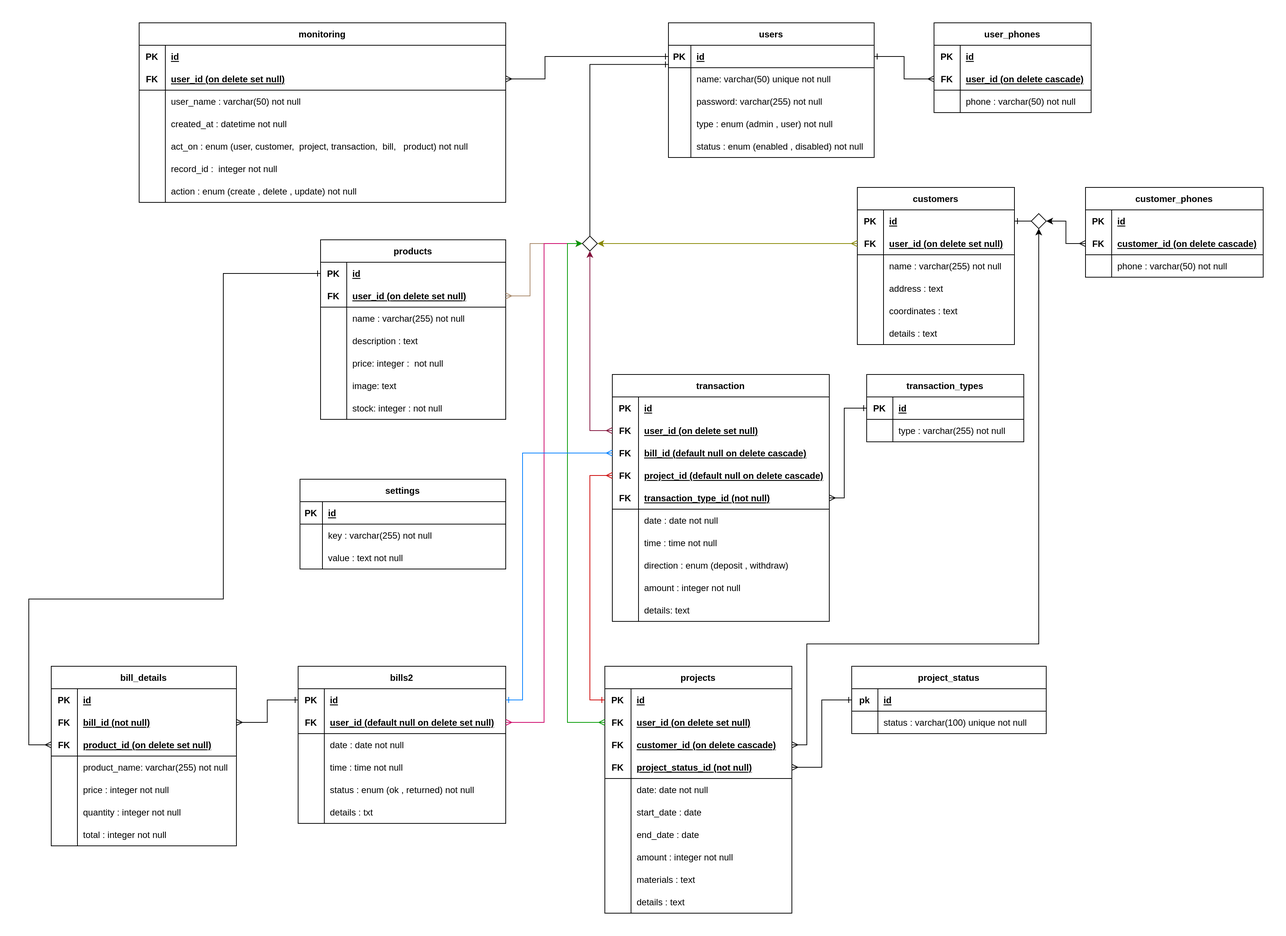
khaledfathi/ModernHouse keeps this draw.io diagram as Diagrams/drawio/Schema.png. Above is the earlier version. Source tidied: cells renumbered, new cells last; positions are measured from the earlier drawing's top-left corner, leaving out a move shared by most shapes.
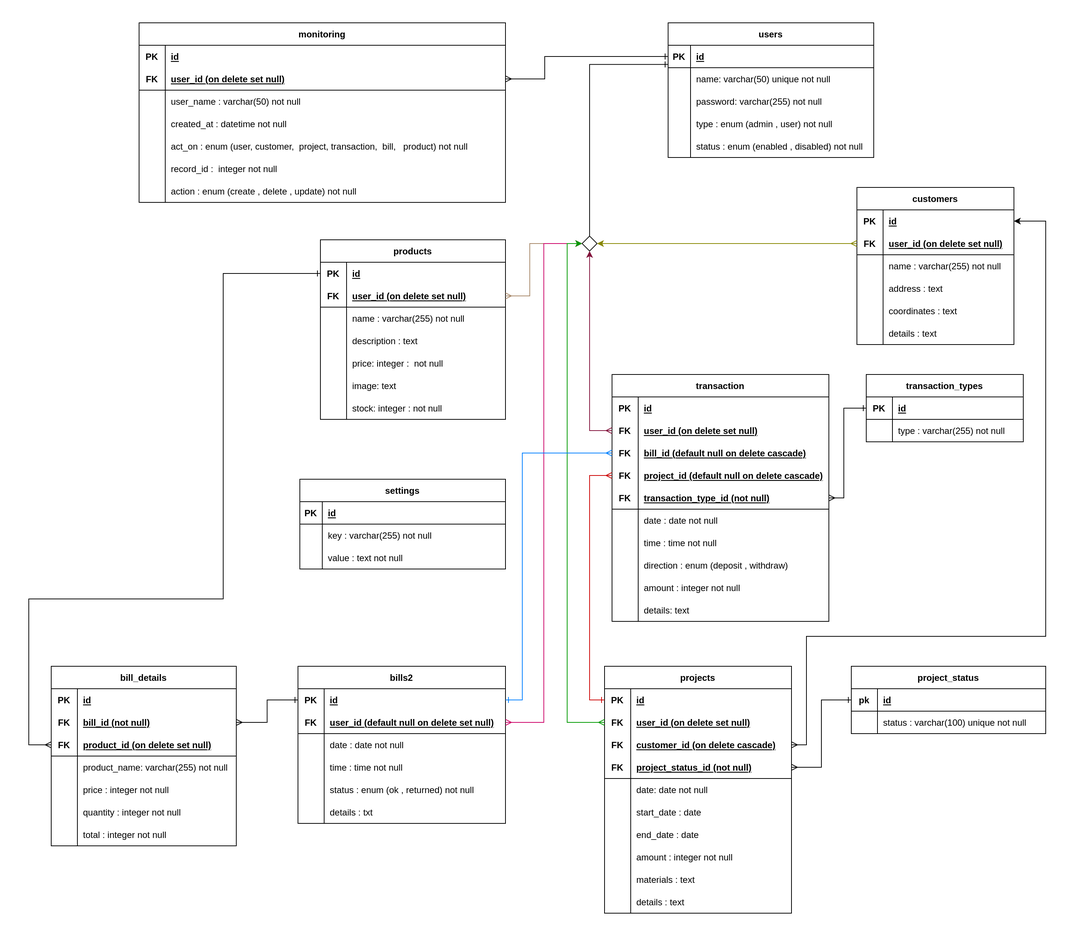
After the commit.

Change to the diagram source:
```diff
@@ -506,36 +506,6 @@
     <mxCell id="169" value="details : text" style="shape=partialRectangle;fillColor=none;top=0;left=0;bottom=0;right=0;align=left;spacingLeft=6;overflow=hidden;" parent="167" vertex="1">
       <mxGeometry x="35" width="175" height="30" as="geometry" />
     </mxCell>
-    <mxCell id="170" value="customer_phones" style="shape=table;startSize=30;rowLines=0;fontStyle=1;align=center;" parent="1" vertex="1">
-      <mxGeometry x="1412.5" y="220" width="237.5" height="120" as="geometry" />
-    </mxCell>
-    <mxCell id="171" style="shape=tableRow;horizontal=0;startSize=0;swimlaneHead=0;swimlaneBody=0;fillColor=none;top=0;left=0;right=0;bottom=0;" parent="170" vertex="1">
-      <mxGeometry y="30" width="237.5" height="30" as="geometry" />
-    </mxCell>
-    <mxCell id="172" value="PK" style="shape=partialRectangle;fillColor=none;top=0;left=0;bottom=0;right=0;fontStyle=1;overflow=hidden;" parent="171" vertex="1">
-      <mxGeometry width="35" height="30" as="geometry" />
-    </mxCell>
-    <mxCell id="173" value="id" style="shape=partialRectangle;fillColor=none;top=0;left=0;bottom=0;right=0;align=left;spacingLeft=6;fontStyle=5;overflow=hidden;" parent="171" vertex="1">
-      <mxGeometry x="35" width="202.5" height="30" as="geometry" />
-    </mxCell>
-    <mxCell id="174" style="shape=tableRow;horizontal=0;startSize=0;swimlaneHead=0;swimlaneBody=0;fillColor=none;points=[[0,0.5],[1,0.5]];portConstraint=eastwest;top=0;left=0;right=0;bottom=1;" parent="170" vertex="1">
-      <mxGeometry y="60" width="237.5" height="30" as="geometry" />
-    </mxCell>
-    <mxCell id="175" value="FK" style="shape=partialRectangle;fillColor=none;top=0;left=0;bottom=0;right=0;fontStyle=1;overflow=hidden;" parent="174" vertex="1">
-      <mxGeometry width="35" height="30" as="geometry" />
-    </mxCell>
-    <mxCell id="176" value="customer_id (on delete cascade)" style="shape=partialRectangle;fillColor=none;top=0;left=0;bottom=0;right=0;align=left;spacingLeft=6;fontStyle=5;overflow=hidden;" parent="174" vertex="1">
-      <mxGeometry x="35" width="202.5" height="30" as="geometry" />
-    </mxCell>
-    <mxCell id="177" style="shape=tableRow;horizontal=0;startSize=0;swimlaneHead=0;swimlaneBody=0;fillColor=none;top=0;left=0;right=0;bottom=0;" parent="170" vertex="1">
-      <mxGeometry y="90" width="237.5" height="30" as="geometry" />
-    </mxCell>
-    <mxCell id="178" style="shape=partialRectangle;fillColor=none;top=0;left=0;bottom=0;right=0;overflow=hidden;" parent="177" vertex="1">
-      <mxGeometry width="35" height="30" as="geometry" />
-    </mxCell>
-    <mxCell id="179" value="phone : varchar(50) not null" style="shape=partialRectangle;fillColor=none;top=0;left=0;bottom=0;right=0;align=left;spacingLeft=6;overflow=hidden;" parent="177" vertex="1">
-      <mxGeometry x="35" width="202.5" height="30" as="geometry" />
-    </mxCell>
     <mxCell id="180" value="users" style="shape=table;startSize=30;rowLines=0;fontStyle=1;align=center;" parent="1" vertex="1">
       <mxGeometry x="855" width="275" height="180" as="geometry" />
     </mxCell>
@@ -584,39 +554,6 @@
     <mxCell id="195" value="status : enum (enabled , disabled) not null" style="shape=partialRectangle;fillColor=none;top=0;left=0;bottom=0;right=0;align=left;spacingLeft=6;overflow=hidden;" parent="193" vertex="1">
       <mxGeometry x="30" width="245" height="30" as="geometry" />
     </mxCell>
-    <mxCell id="196" value="user_phones" style="shape=table;startSize=30;rowLines=0;fontStyle=1;align=center;" parent="1" vertex="1">
-      <mxGeometry x="1210" width="210" height="120" as="geometry" />
-    </mxCell>
-    <mxCell id="197" style="shape=tableRow;horizontal=0;startSize=0;swimlaneHead=0;swimlaneBody=0;fillColor=none;top=0;left=0;right=0;bottom=0;" parent="196" vertex="1">
-      <mxGeometry y="30" width="210" height="30" as="geometry" />
-    </mxCell>
-    <mxCell id="198" value="PK" style="shape=partialRectangle;fillColor=none;top=0;left=0;bottom=0;right=0;fontStyle=1;overflow=hidden;" parent="197" vertex="1">
-      <mxGeometry width="35" height="30" as="geometry" />
-    </mxCell>
-    <mxCell id="199" value="id" style="shape=partialRectangle;fillColor=none;top=0;left=0;bottom=0;right=0;align=left;spacingLeft=6;fontStyle=5;overflow=hidden;" parent="197" vertex="1">
-      <mxGeometry x="35" width="175" height="30" as="geometry" />
-    </mxCell>
-    <mxCell id="200" style="shape=tableRow;horizontal=0;startSize=0;swimlaneHead=0;swimlaneBody=0;fillColor=none;points=[[0,0.5],[1,0.5]];portConstraint=eastwest;top=0;left=0;right=0;bottom=1;" parent="196" vertex="1">
-      <mxGeometry y="60" width="210" height="30" as="geometry" />
-    </mxCell>
-    <mxCell id="201" value="FK" style="shape=partialRectangle;fillColor=none;top=0;left=0;bottom=0;right=0;fontStyle=1;overflow=hidden;" parent="200" vertex="1">
-      <mxGeometry width="35" height="30" as="geometry" />
-    </mxCell>
-    <mxCell id="202" value="user_id (on delete cascade)" style="shape=partialRectangle;fillColor=none;top=0;left=0;bottom=0;right=0;align=left;spacingLeft=6;fontStyle=5;overflow=hidden;" parent="200" vertex="1">
-      <mxGeometry x="35" width="175" height="30" as="geometry" />
-    </mxCell>
-    <mxCell id="203" style="shape=tableRow;horizontal=0;startSize=0;swimlaneHead=0;swimlaneBody=0;fillColor=none;top=0;left=0;right=0;bottom=0;" parent="196" vertex="1">
-      <mxGeometry y="90" width="210" height="30" as="geometry" />
-    </mxCell>
-    <mxCell id="204" style="shape=partialRectangle;fillColor=none;top=0;left=0;bottom=0;right=0;overflow=hidden;" parent="203" vertex="1">
-      <mxGeometry width="35" height="30" as="geometry" />
-    </mxCell>
-    <mxCell id="205" value="phone : varchar(50) not null" style="shape=partialRectangle;fillColor=none;top=0;left=0;bottom=0;right=0;align=left;spacingLeft=6;overflow=hidden;" parent="203" vertex="1">
-      <mxGeometry x="35" width="175" height="30" as="geometry" />
-    </mxCell>
-    <mxCell id="206" style="edgeStyle=orthogonalEdgeStyle;rounded=0;jettySize=auto;html=1;entryX=1;entryY=0.5;entryDx=0;entryDy=0;startArrow=ERmany;startFill=0;endArrow=ERone;endFill=0;exitX=0;exitY=0.5;exitDx=0;exitDy=0;" parent="1" edge="1" source="200" target="181">
-      <mxGeometry relative="1" as="geometry" />
-    </mxCell>
     <mxCell id="207" value="monitoring" style="shape=table;startSize=30;rowLines=0;fontStyle=1;align=center;" parent="1" vertex="1">
       <mxGeometry x="147.5" width="490" height="240" as="geometry" />
     </mxCell>
@@ -747,24 +684,16 @@
     <mxCell id="241" style="edgeStyle=orthogonalEdgeStyle;rounded=0;jettySize=auto;html=1;entryX=0;entryY=0.5;entryDx=0;entryDy=0;startArrow=ERmany;startFill=0;endArrow=ERone;endFill=0;exitX=1;exitY=0.5;exitDx=0;exitDy=0;" parent="1" edge="1" source="123" target="145">
       <mxGeometry relative="1" as="geometry" />
     </mxCell>
-    <mxCell id="242" style="edgeStyle=orthogonalEdgeStyle;rounded=0;jettySize=auto;html=1;entryX=0.5;entryY=1;entryDx=0;entryDy=0;strokeColor=#000000;startArrow=ERmany;startFill=0;endArrow=classic;endFill=1;" parent="1" edge="1" source="120" target="243">
+    <mxCell id="242" style="edgeStyle=orthogonalEdgeStyle;rounded=0;jettySize=auto;html=1;strokeColor=#000000;startArrow=ERmany;startFill=0;endArrow=classic;endFill=1;entryX=1;entryY=0.5;entryDx=0;entryDy=0;" parent="1" edge="1" source="120" target="152">
       <mxGeometry relative="1" as="geometry">
         <Array as="points">
           <mxPoint x="1040" y="965" />
-          <mxPoint x="1040" y="830" />
-          <mxPoint x="1350" y="830" />
+          <mxPoint x="1040" y="820" />
+          <mxPoint x="1360" y="820" />
+          <mxPoint x="1360" y="265" />
         </Array>
       </mxGeometry>
     </mxCell>
-    <mxCell id="243" style="rhombus;whiteSpace=wrap;html=1;" parent="1" vertex="1">
-      <mxGeometry x="1340" y="255" width="20" height="20" as="geometry" />
-    </mxCell>
-    <mxCell id="244" style="edgeStyle=orthogonalEdgeStyle;rounded=0;jettySize=auto;html=1;entryX=1;entryY=0.5;entryDx=0;entryDy=0;startArrow=ERmany;startFill=0;endArrow=classic;endFill=1;" parent="1" edge="1" source="174" target="243">
-      <mxGeometry relative="1" as="geometry" />
-    </mxCell>
-    <mxCell id="245" style="edgeStyle=orthogonalEdgeStyle;rounded=0;jettySize=auto;html=1;entryX=0;entryY=0.5;entryDx=0;entryDy=0;strokeColor=#000000;startArrow=ERone;startFill=0;endArrow=none;endFill=0;" parent="1" edge="1" source="152" target="243">
-      <mxGeometry relative="1" as="geometry" />
-    </mxCell>
     <mxCell id="246" style="edgeStyle=orthogonalEdgeStyle;rounded=0;jettySize=auto;html=1;strokeColor=#000000;startArrow=ERmany;startFill=0;endArrow=ERone;endFill=0;" parent="1" edge="1" source="66" target="92">
       <mxGeometry relative="1" as="geometry">
         <Array as="points">
```
